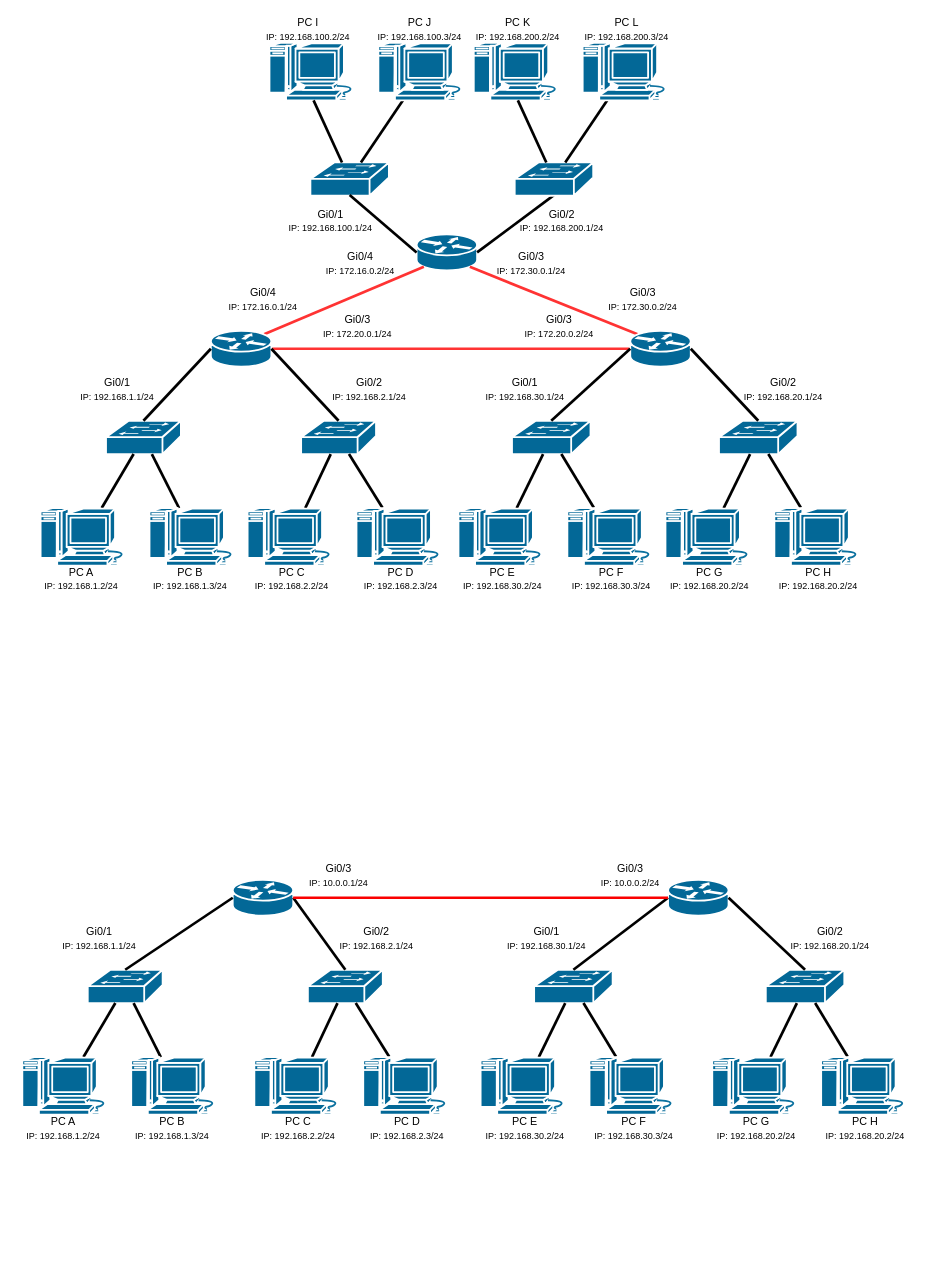
PLAD26/-MAC-Tabellen-und-Switching- keeps this draw.io diagram as Routing.drawio. Above is the earlier version. Source tidied: cells renumbered, new cells numbered last; positions are measured from the earlier drawing's top-left corner, leaving out a move shared by most shapes. Both pictures are drawn from the tidied source at 90%, with x=0, y=0 at pixel (15, 15).
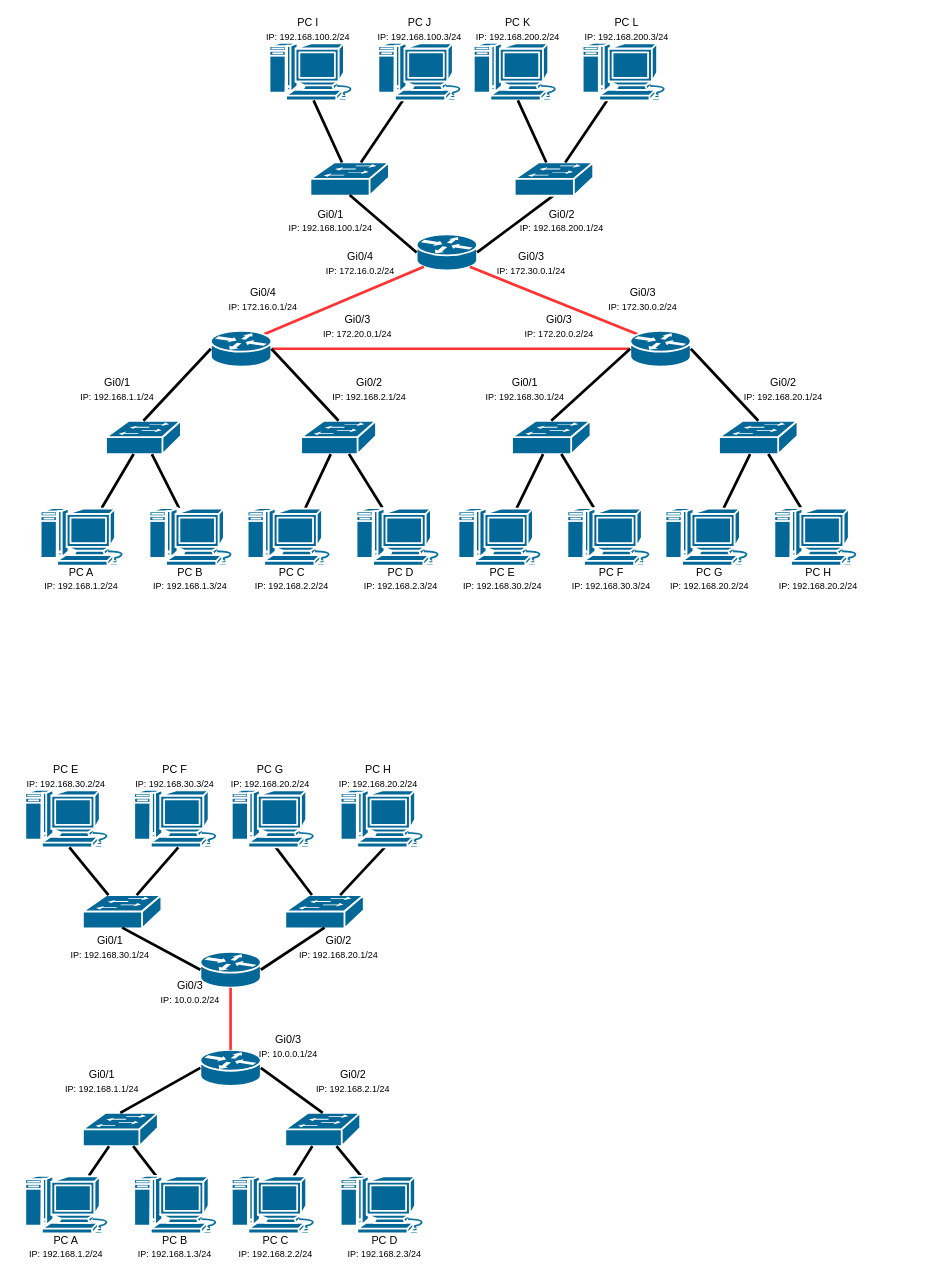
The same diagram, later.

Diff of the diagram source:
```diff
@@
     <mxCell id="68" style="strokeColor=#ffffff;sketch=0;html=1;dashed=0;fillColor=#036897;strokeWidth=2;verticalLabelPosition=bottom;verticalAlign=top;align=center;outlineConnect=0;shape=mxgraph.cisco.routers.router;" parent="1" vertex="1">
-      <mxGeometry x="241.1" y="960" width="67.2" height="40" as="geometry" />
+      <mxGeometry x="205.1" y="1149" width="67.2" height="40" as="geometry" />
     </mxCell>
     <mxCell id="69" style="strokeColor=#ffffff;sketch=0;html=1;dashed=0;fillColor=#036897;strokeWidth=2;verticalLabelPosition=bottom;verticalAlign=top;align=center;outlineConnect=0;shape=mxgraph.cisco.switches.workgroup_switch;" parent="1" vertex="1">
-      <mxGeometry x="80" y="1060" width="83.2" height="37" as="geometry" />
+      <mxGeometry x="74.6" y="1219" width="83.2" height="37" as="geometry" />
     </mxCell>
@@
     <mxCell id="71" style="sketch=0;html=1;dashed=0;fillColor=#036897;strokeColor=#ffffff;strokeWidth=2;verticalLabelPosition=bottom;verticalAlign=top;align=center;outlineConnect=0;shape=mxgraph.cisco.computers_and_peripherals.macintosh;" parent="1" vertex="1">
-      <mxGeometry x="6.8" y="1157" width="99" height="64" as="geometry" />
+      <mxGeometry x="10.1" y="1289" width="99" height="64" as="geometry" />
     </mxCell>
@@
     <mxCell id="73" style="sketch=0;html=1;dashed=0;fillColor=#036897;strokeColor=#ffffff;strokeWidth=2;verticalLabelPosition=bottom;verticalAlign=top;align=center;outlineConnect=0;shape=mxgraph.cisco.computers_and_peripherals.macintosh;" parent="1" vertex="1">
-      <mxGeometry x="127.8" y="1157" width="99" height="64" as="geometry" />
+      <mxGeometry x="131.1" y="1289" width="99" height="64" as="geometry" />
     </mxCell>
     <mxCell id="74" style="strokeColor=#ffffff;sketch=0;html=1;dashed=0;fillColor=#036897;strokeWidth=2;verticalLabelPosition=bottom;verticalAlign=top;align=center;outlineConnect=0;shape=mxgraph.cisco.switches.workgroup_switch;" parent="1" vertex="1">
-      <mxGeometry x="324.6" y="1060" width="83.2" height="37" as="geometry" />
+      <mxGeometry x="299.5" y="1219" width="83.2" height="37" as="geometry" />
     </mxCell>
@@
     <mxCell id="76" style="sketch=0;html=1;dashed=0;fillColor=#036897;strokeColor=#ffffff;strokeWidth=2;verticalLabelPosition=bottom;verticalAlign=top;align=center;outlineConnect=0;shape=mxgraph.cisco.computers_and_peripherals.macintosh;" parent="1" vertex="1">
-      <mxGeometry x="264.6" y="1157" width="99" height="64" as="geometry" />
+      <mxGeometry x="239.5" y="1289" width="99" height="64" as="geometry" />
     </mxCell>
@@
     <mxCell id="78" style="sketch=0;html=1;dashed=0;fillColor=#036897;strokeColor=#ffffff;strokeWidth=2;verticalLabelPosition=bottom;verticalAlign=top;align=center;outlineConnect=0;shape=mxgraph.cisco.computers_and_peripherals.macintosh;" parent="1" vertex="1">
-      <mxGeometry x="385.6" y="1157" width="99" height="64" as="geometry" />
+      <mxGeometry x="360.5" y="1289" width="99" height="64" as="geometry" />
     </mxCell>
-    <mxCell id="79" style="rounded=0;jettySize=auto;html=1;entryX=0;entryY=0.5;entryDx=0;entryDy=0;entryPerimeter=0;exitX=0.5;exitY=0;exitDx=0;exitDy=0;exitPerimeter=0;endArrow=none;endFill=0;strokeWidth=3;" parent="1" edge="1" source="69" target="68">
+    <mxCell id="79" style="rounded=0;jettySize=auto;html=1;exitX=0.5;exitY=0;exitDx=0;exitDy=0;exitPerimeter=0;endArrow=none;endFill=0;strokeWidth=3;entryX=0;entryY=0.5;entryDx=0;entryDy=0;entryPerimeter=0;" parent="1" edge="1" source="69" target="68">
       <mxGeometry relative="1" as="geometry" />
     </mxCell>
@@
     <mxCell id="81" value="PC A&lt;div&gt;&lt;font style=&quot;font-size: 10px;&quot;&gt;IP: 192.168.1.2/24&lt;/font&gt;&lt;/div&gt;" style="text;html=1;whiteSpace=wrap;strokeColor=none;fillColor=none;align=center;verticalAlign=middle;rounded=0;" parent="1" vertex="1">
-      <mxGeometry y="1221" width="105.8" height="30" as="geometry" />
+      <mxGeometry x="3.4" y="1353" width="105.8" height="30" as="geometry" />
     </mxCell>
     <mxCell id="82" value="PC B&lt;div&gt;&lt;font style=&quot;font-size: 10px;&quot;&gt;IP: 192.168.1.3/24&lt;/font&gt;&lt;/div&gt;" style="text;html=1;whiteSpace=wrap;strokeColor=none;fillColor=none;align=center;verticalAlign=middle;rounded=0;" parent="1" vertex="1">
-      <mxGeometry x="121" y="1221" width="105.8" height="30" as="geometry" />
+      <mxGeometry x="124.4" y="1353" width="105.8" height="30" as="geometry" />
     </mxCell>
     <mxCell id="83" value="PC C&lt;div&gt;&lt;font style=&quot;font-size: 10px;&quot;&gt;IP: 192.168.2.2/24&lt;/font&gt;&lt;/div&gt;" style="text;html=1;whiteSpace=wrap;strokeColor=none;fillColor=none;align=center;verticalAlign=middle;rounded=0;" parent="1" vertex="1">
-      <mxGeometry x="261.2" y="1221" width="105.8" height="30" as="geometry" />
+      <mxGeometry x="236.1" y="1353" width="105.8" height="30" as="geometry" />
     </mxCell>
     <mxCell id="84" value="Gi0/1&lt;br&gt;&lt;div&gt;&lt;font style=&quot;font-size: 10px;&quot;&gt;IP: 192.168.1.1/24&lt;/font&gt;&lt;/div&gt;" style="text;html=1;whiteSpace=wrap;strokeColor=none;fillColor=none;align=center;verticalAlign=middle;rounded=0;" parent="1" vertex="1">
-      <mxGeometry x="39.7" y="1010" width="105.8" height="30" as="geometry" />
+      <mxGeometry x="43.1" y="1169" width="105.8" height="30" as="geometry" />
     </mxCell>
     <mxCell id="85" value="Gi0/2&lt;br&gt;&lt;div&gt;&lt;font style=&quot;font-size: 10px;&quot;&gt;IP: 192.168.2.1/24&lt;/font&gt;&lt;/div&gt;" style="text;html=1;whiteSpace=wrap;strokeColor=none;fillColor=none;align=center;verticalAlign=middle;rounded=0;" parent="1" vertex="1">
-      <mxGeometry x="347.6" y="1010" width="105.8" height="30" as="geometry" />
+      <mxGeometry x="322.4" y="1169" width="105.8" height="30" as="geometry" />
     </mxCell>
     <mxCell id="86" value="PC D&lt;div&gt;&lt;font style=&quot;font-size: 10px;&quot;&gt;IP: 192.168.2.3/24&lt;/font&gt;&lt;/div&gt;" style="text;html=1;whiteSpace=wrap;strokeColor=none;fillColor=none;align=center;verticalAlign=middle;rounded=0;" parent="1" vertex="1">
-      <mxGeometry x="382.2" y="1221" width="105.8" height="30" as="geometry" />
+      <mxGeometry x="357.1" y="1353" width="105.8" height="30" as="geometry" />
     </mxCell>
     <mxCell id="87" style="strokeColor=#ffffff;sketch=0;html=1;dashed=0;fillColor=#036897;strokeWidth=2;verticalLabelPosition=bottom;verticalAlign=top;align=center;outlineConnect=0;shape=mxgraph.cisco.routers.router;" parent="1" vertex="1">
-      <mxGeometry x="724.8" y="960" width="67.2" height="40" as="geometry" />
+      <mxGeometry x="205.1" y="1040" width="67.2" height="40" as="geometry" />
     </mxCell>
     <mxCell id="88" style="strokeColor=#ffffff;sketch=0;html=1;dashed=0;fillColor=#036897;strokeWidth=2;verticalLabelPosition=bottom;verticalAlign=top;align=center;outlineConnect=0;shape=mxgraph.cisco.switches.workgroup_switch;" parent="1" vertex="1">
-      <mxGeometry x="576" y="1060" width="87.2" height="37" as="geometry" />
+      <mxGeometry x="74.6" y="977" width="87.2" height="37" as="geometry" />
     </mxCell>
-    <mxCell id="89" style="rounded=0;jettySize=auto;html=1;endArrow=none;endFill=0;strokeWidth=3;" parent="1" edge="1" source="90" target="88">
-      <mxGeometry relative="1" as="geometry" />
-    </mxCell>
     <mxCell id="90" style="sketch=0;html=1;dashed=0;fillColor=#036897;strokeColor=#ffffff;strokeWidth=2;verticalLabelPosition=bottom;verticalAlign=top;align=center;outlineConnect=0;shape=mxgraph.cisco.computers_and_peripherals.macintosh;" parent="1" vertex="1">
-      <mxGeometry x="516" y="1157" width="99" height="64" as="geometry" />
+      <mxGeometry x="10.1" y="860" width="99" height="64" as="geometry" />
     </mxCell>
-    <mxCell id="91" style="rounded=0;jettySize=auto;html=1;endArrow=none;endFill=0;strokeWidth=3;" parent="1" edge="1" source="92" target="88">
-      <mxGeometry relative="1" as="geometry" />
-    </mxCell>
     <mxCell id="92" style="sketch=0;html=1;dashed=0;fillColor=#036897;strokeColor=#ffffff;strokeWidth=2;verticalLabelPosition=bottom;verticalAlign=top;align=center;outlineConnect=0;shape=mxgraph.cisco.computers_and_peripherals.macintosh;" parent="1" vertex="1">
-      <mxGeometry x="637" y="1157" width="99" height="64" as="geometry" />
+      <mxGeometry x="131.1" y="860" width="99" height="64" as="geometry" />
     </mxCell>
     <mxCell id="93" style="strokeColor=#ffffff;sketch=0;html=1;dashed=0;fillColor=#036897;strokeWidth=2;verticalLabelPosition=bottom;verticalAlign=top;align=center;outlineConnect=0;shape=mxgraph.cisco.switches.workgroup_switch;" parent="1" vertex="1">
-      <mxGeometry x="833.4" y="1060" width="87.2" height="37" as="geometry" />
+      <mxGeometry x="299.5" y="977" width="87.2" height="37" as="geometry" />
     </mxCell>
-    <mxCell id="94" style="rounded=0;jettySize=auto;html=1;endArrow=none;endFill=0;strokeWidth=3;" parent="1" edge="1" source="95" target="93">
+    <mxCell id="94" style="rounded=0;jettySize=auto;html=1;exitX=0.5;exitY=1;exitDx=0;exitDy=0;exitPerimeter=0;strokeWidth=3;endArrow=none;endFill=0;" parent="1" edge="1" source="95" target="93">
       <mxGeometry relative="1" as="geometry" />
     </mxCell>
     <mxCell id="95" style="sketch=0;html=1;dashed=0;fillColor=#036897;strokeColor=#ffffff;strokeWidth=2;verticalLabelPosition=bottom;verticalAlign=top;align=center;outlineConnect=0;shape=mxgraph.cisco.computers_and_peripherals.macintosh;" parent="1" vertex="1">
-      <mxGeometry x="773.4" y="1157" width="99" height="64" as="geometry" />
+      <mxGeometry x="239.5" y="860" width="99" height="64" as="geometry" />
     </mxCell>
-    <mxCell id="96" style="rounded=0;jettySize=auto;html=1;endArrow=none;endFill=0;strokeWidth=3;" parent="1" edge="1" source="97" target="93">
+    <mxCell id="96" style="rounded=0;jettySize=auto;html=1;exitX=0.5;exitY=1;exitDx=0;exitDy=0;exitPerimeter=0;endArrow=none;endFill=0;strokeWidth=3;" parent="1" edge="1" source="97" target="93">
       <mxGeometry relative="1" as="geometry" />
     </mxCell>
     <mxCell id="97" style="sketch=0;html=1;dashed=0;fillColor=#036897;strokeColor=#ffffff;strokeWidth=2;verticalLabelPosition=bottom;verticalAlign=top;align=center;outlineConnect=0;shape=mxgraph.cisco.computers_and_peripherals.macintosh;" parent="1" vertex="1">
-      <mxGeometry x="894.4" y="1157" width="99" height="64" as="geometry" />
+      <mxGeometry x="360.5" y="860" width="99" height="64" as="geometry" />
     </mxCell>
-    <mxCell id="98" style="rounded=0;jettySize=auto;html=1;entryX=0;entryY=0.5;entryDx=0;entryDy=0;entryPerimeter=0;exitX=0.5;exitY=0;exitDx=0;exitDy=0;exitPerimeter=0;endArrow=none;endFill=0;strokeWidth=3;" parent="1" edge="1" source="88" target="87">
-      <mxGeometry relative="1" as="geometry" />
-    </mxCell>
-    <mxCell id="99" style="rounded=0;jettySize=auto;html=1;entryX=1;entryY=0.5;entryDx=0;entryDy=0;entryPerimeter=0;exitX=0.5;exitY=0;exitDx=0;exitDy=0;exitPerimeter=0;endArrow=none;endFill=0;strokeWidth=3;" parent="1" edge="1" source="93" target="87">
-      <mxGeometry relative="1" as="geometry" />
-    </mxCell>
     <mxCell id="100" value="PC E&lt;div&gt;&lt;font style=&quot;font-size: 10px;&quot;&gt;IP: 192.168.30.2/24&lt;/font&gt;&lt;/div&gt;" style="text;html=1;whiteSpace=wrap;strokeColor=none;fillColor=none;align=center;verticalAlign=middle;rounded=0;" parent="1" vertex="1">
-      <mxGeometry x="512.6" y="1221" width="105.8" height="30" as="geometry" />
+      <mxGeometry x="3.4" y="830" width="105.8" height="30" as="geometry" />
     </mxCell>
     <mxCell id="101" value="PC F&lt;div&gt;&lt;font style=&quot;font-size: 10px;&quot;&gt;IP: 192.168.30.3/24&lt;/font&gt;&lt;/div&gt;" style="text;html=1;whiteSpace=wrap;strokeColor=none;fillColor=none;align=center;verticalAlign=middle;rounded=0;" parent="1" vertex="1">
-      <mxGeometry x="633.6" y="1221" width="105.8" height="30" as="geometry" />
+      <mxGeometry x="124.4" y="830" width="105.8" height="30" as="geometry" />
     </mxCell>
     <mxCell id="102" value="PC G&lt;div&gt;&lt;font style=&quot;font-size: 10px;&quot;&gt;IP: 192.168.20.2/24&lt;/font&gt;&lt;/div&gt;" style="text;html=1;whiteSpace=wrap;strokeColor=none;fillColor=none;align=center;verticalAlign=middle;rounded=0;" parent="1" vertex="1">
-      <mxGeometry x="770" y="1221" width="105.8" height="30" as="geometry" />
+      <mxGeometry x="230.1" y="830" width="105.8" height="30" as="geometry" />
     </mxCell>
     <mxCell id="103" value="PC H&lt;div&gt;&lt;font style=&quot;font-size: 10px;&quot;&gt;IP: 192.168.20.2/24&lt;/font&gt;&lt;/div&gt;" style="text;html=1;whiteSpace=wrap;strokeColor=none;fillColor=none;align=center;verticalAlign=middle;rounded=0;" parent="1" vertex="1">
-      <mxGeometry x="891" y="1221" width="105.8" height="30" as="geometry" />
+      <mxGeometry x="350" y="830" width="105.8" height="30" as="geometry" />
     </mxCell>
     <mxCell id="104" value="Gi0/1&lt;br&gt;&lt;div&gt;&lt;font style=&quot;font-size: 10px;&quot;&gt;IP: 192.168.30.1/24&lt;/font&gt;&lt;/div&gt;" style="text;html=1;whiteSpace=wrap;strokeColor=none;fillColor=none;align=center;verticalAlign=middle;rounded=0;" parent="1" vertex="1">
-      <mxGeometry x="537.2" y="1010" width="105.8" height="30" as="geometry" />
+      <mxGeometry x="52.1" y="1020" width="105.8" height="30" as="geometry" />
     </mxCell>
     <mxCell id="105" value="Gi0/2&lt;br&gt;&lt;div&gt;&lt;font style=&quot;font-size: 10px;&quot;&gt;IP: 192.168.20.1/24&lt;/font&gt;&lt;/div&gt;" style="text;html=1;whiteSpace=wrap;strokeColor=none;fillColor=none;align=center;verticalAlign=middle;rounded=0;" parent="1" vertex="1">
-      <mxGeometry x="852" y="1010" width="105.8" height="30" as="geometry" />
+      <mxGeometry x="305.8" y="1020" width="105.8" height="30" as="geometry" />
     </mxCell>
-    <mxCell id="106" style="rounded=0;jettySize=auto;html=1;entryX=0;entryY=0.5;entryDx=0;entryDy=0;entryPerimeter=0;endArrow=none;endFill=0;strokeWidth=3;strokeColor=light-dark(#fa0000, #ededed);" parent="1" edge="1" source="68" target="87">
-      <mxGeometry relative="1" as="geometry" />
-    </mxCell>
     <mxCell id="107" value="Gi0/3&lt;br&gt;&lt;div&gt;&lt;font style=&quot;font-size: 10px;&quot;&gt;IP: 10.0.0.1/24&lt;/font&gt;&lt;/div&gt;" style="text;html=1;whiteSpace=wrap;strokeColor=none;fillColor=none;align=center;verticalAlign=middle;rounded=0;" parent="1" vertex="1">
-      <mxGeometry x="305.8" y="940" width="105.8" height="30" as="geometry" />
+      <mxGeometry x="250.3" y="1130" width="105.8" height="30" as="geometry" />
     </mxCell>
     <mxCell id="108" value="Gi0/3&lt;br&gt;&lt;div&gt;&lt;font style=&quot;font-size: 10px;&quot;&gt;IP: 10.0.0.2/24&lt;/font&gt;&lt;/div&gt;" style="text;html=1;whiteSpace=wrap;strokeColor=none;fillColor=none;align=center;verticalAlign=middle;rounded=0;" parent="1" vertex="1">
-      <mxGeometry x="630.2" y="940" width="105.8" height="30" as="geometry" />
+      <mxGeometry x="141.3" y="1070" width="105.8" height="30" as="geometry" />
     </mxCell>
+    <mxCell id="98" style="rounded=0;jettySize=auto;html=1;exitX=0.5;exitY=0.98;exitDx=0;exitDy=0;exitPerimeter=0;entryX=0;entryY=0.5;entryDx=0;entryDy=0;entryPerimeter=0;endArrow=none;endFill=0;strokeWidth=3;" parent="1" edge="1" source="88" target="87">
+      <mxGeometry relative="1" as="geometry" />
+    </mxCell>
+    <mxCell id="99" style="rounded=0;jettySize=auto;html=1;exitX=0.5;exitY=0.98;exitDx=0;exitDy=0;exitPerimeter=0;entryX=1;entryY=0.5;entryDx=0;entryDy=0;entryPerimeter=0;endArrow=none;endFill=0;strokeWidth=3;" parent="1" edge="1" source="93" target="87">
+      <mxGeometry relative="1" as="geometry" />
+    </mxCell>
+    <mxCell id="109" style="rounded=0;jettySize=auto;html=1;entryX=0.5;entryY=1;entryDx=0;entryDy=0;entryPerimeter=0;strokeWidth=3;endArrow=none;endFill=0;" parent="1" edge="1" source="88" target="90">
+      <mxGeometry relative="1" as="geometry" />
+    </mxCell>
+    <mxCell id="110" style="rounded=0;jettySize=auto;html=1;entryX=0.5;entryY=1;entryDx=0;entryDy=0;entryPerimeter=0;endArrow=none;endFill=0;strokeWidth=3;" parent="1" edge="1" source="88" target="92">
+      <mxGeometry relative="1" as="geometry" />
+    </mxCell>
+    <mxCell id="111" style="rounded=0;jettySize=auto;html=1;exitX=0.5;exitY=1;exitDx=0;exitDy=0;exitPerimeter=0;entryX=0.5;entryY=0;entryDx=0;entryDy=0;entryPerimeter=0;endArrow=none;endFill=0;strokeWidth=3;strokeColor=#FF3333;" parent="1" edge="1" source="87" target="68">
+      <mxGeometry relative="1" as="geometry" />
+    </mxCell>
```
